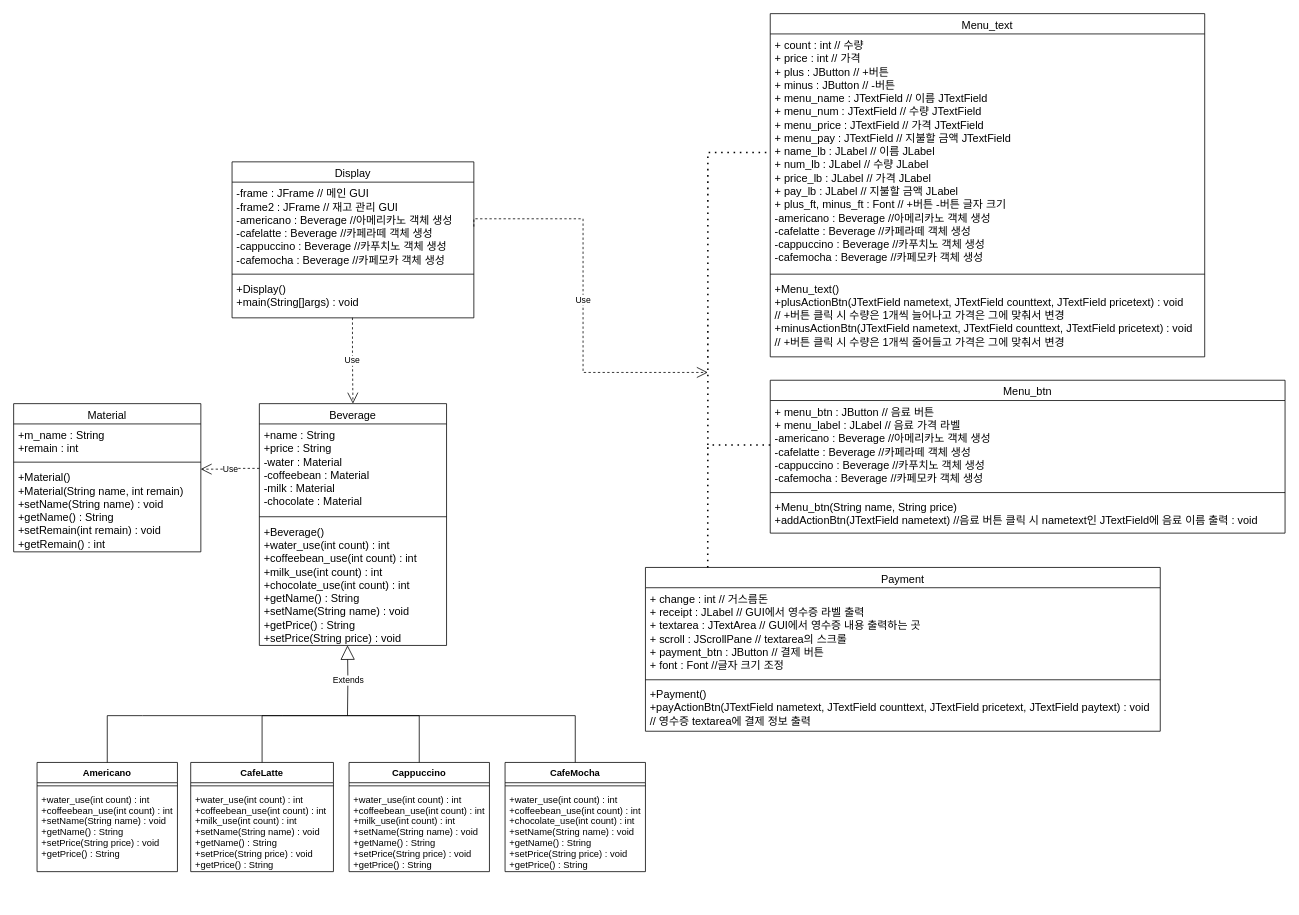
ans2568/Messenger keeps this draw.io diagram as Untitled Diagram.drawio. Above is the earlier version. Source tidied: cells renumbered, new cells numbered last; positions are measured from the earlier drawing's top-left corner, leaving out a move shared by most shapes. Both pictures are drawn from the tidied source at 78%, with x=0, y=0 at pixel (13, 13).
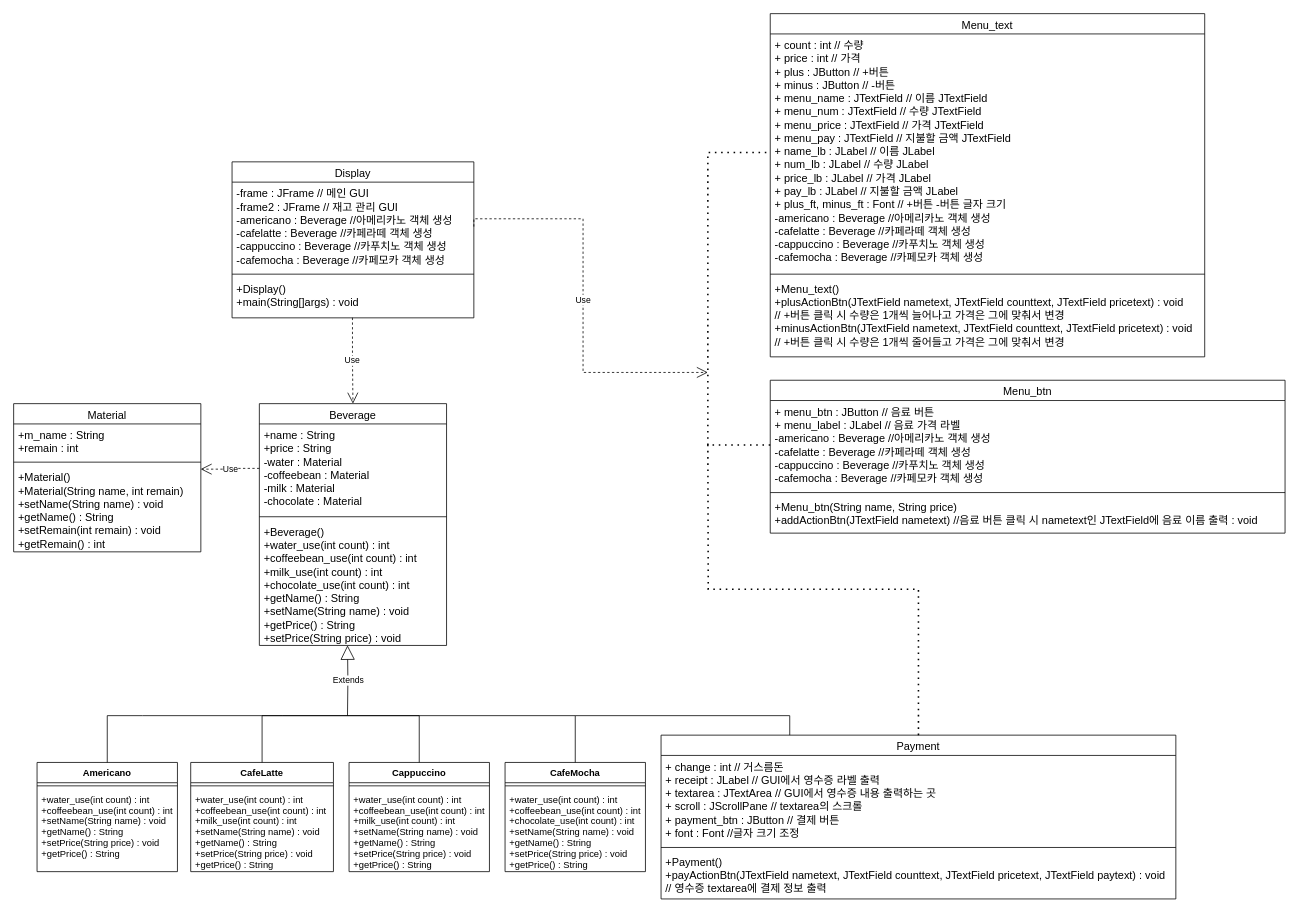
The same diagram, later.

What changed in the source:
```diff
@@
     <mxCell id="10" value="Payment" style="swimlane;fontStyle=0;align=center;verticalAlign=top;horizontal=1;startSize=26;rounded=0;shadow=0;strokeWidth=1;fontSize=14;" parent="1" vertex="1">
-      <mxGeometry x="810" y="710" width="660" height="210" as="geometry" />
+      <mxGeometry x="830" y="925" width="660" height="210" as="geometry" />
     </mxCell>
@@
-    <mxCell id="45" style="endArrow=none;dashed=1;html=1;dashPattern=1 3;strokeWidth=2;rounded=0;edgeStyle=orthogonalEdgeStyle;exitX=0.121;exitY=0;exitDx=0;exitDy=0;exitPerimeter=0;" parent="1" edge="1" source="10">
+    <mxCell id="45" style="endArrow=none;dashed=1;html=1;dashPattern=1 3;strokeWidth=2;rounded=0;edgeStyle=orthogonalEdgeStyle;exitX=0.5;exitY=0;exitDx=0;exitDy=0;" parent="1" edge="1" source="10">
       <mxGeometry relative="1" as="geometry">
         <mxPoint x="890" y="550" as="targetPoint" />
       </mxGeometry>
     </mxCell>
+    <mxCell id="46" style="endArrow=none;html=1;rounded=0;edgeStyle=orthogonalEdgeStyle;entryX=0.25;entryY=0;entryDx=0;entryDy=0;" parent="1" edge="1" target="10">
+      <mxGeometry relative="1" as="geometry">
+        <mxPoint x="720" y="900" as="sourcePoint" />
+        <Array as="points">
+          <mxPoint x="995" y="900" />
+        </Array>
+      </mxGeometry>
+    </mxCell>
```
